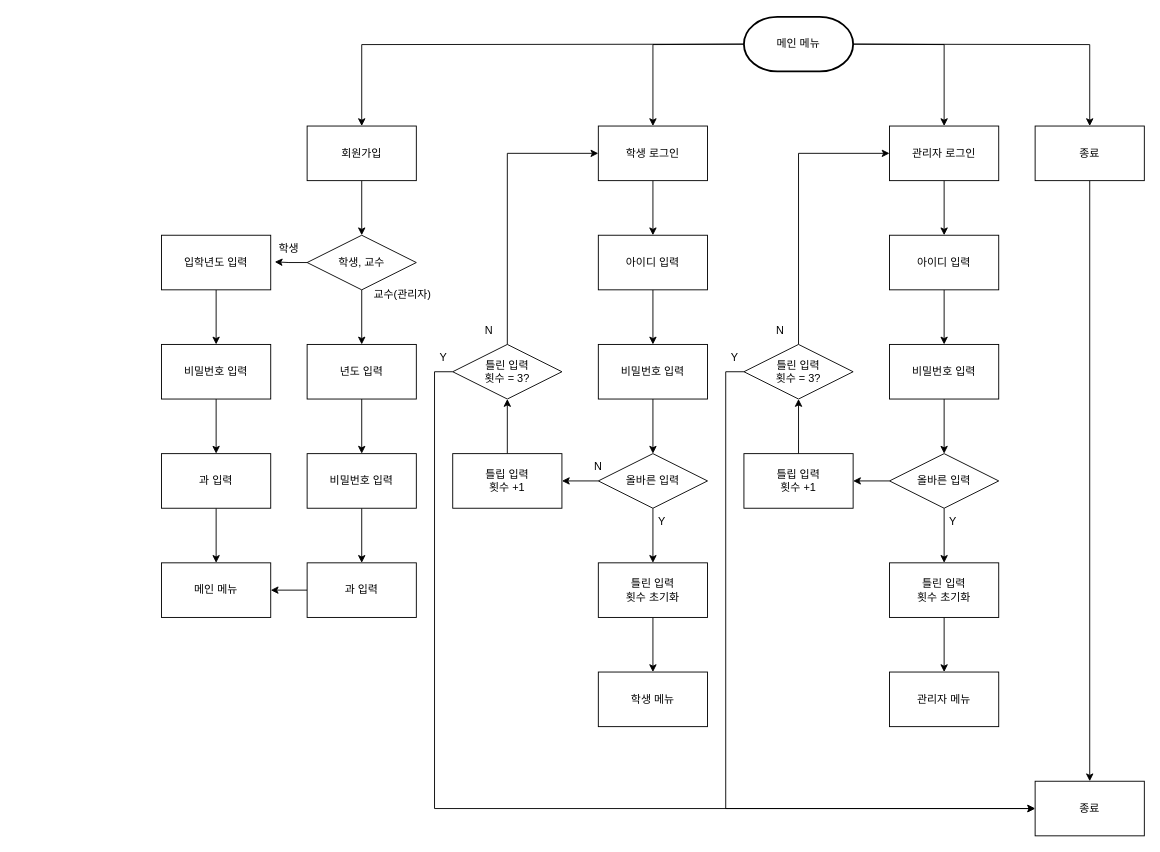
Before: Project/A course registration program/main_menu.drawio in ansejoon1117/Cpp, a draw.io diagram. Source tidied: cells renumbered, new cells numbered last; positions are measured from the earlier drawing's top-left corner, leaving out a move shared by most shapes. Both pictures are drawn from the tidied source at 91%, with x=0, y=0 at pixel (161, 16).
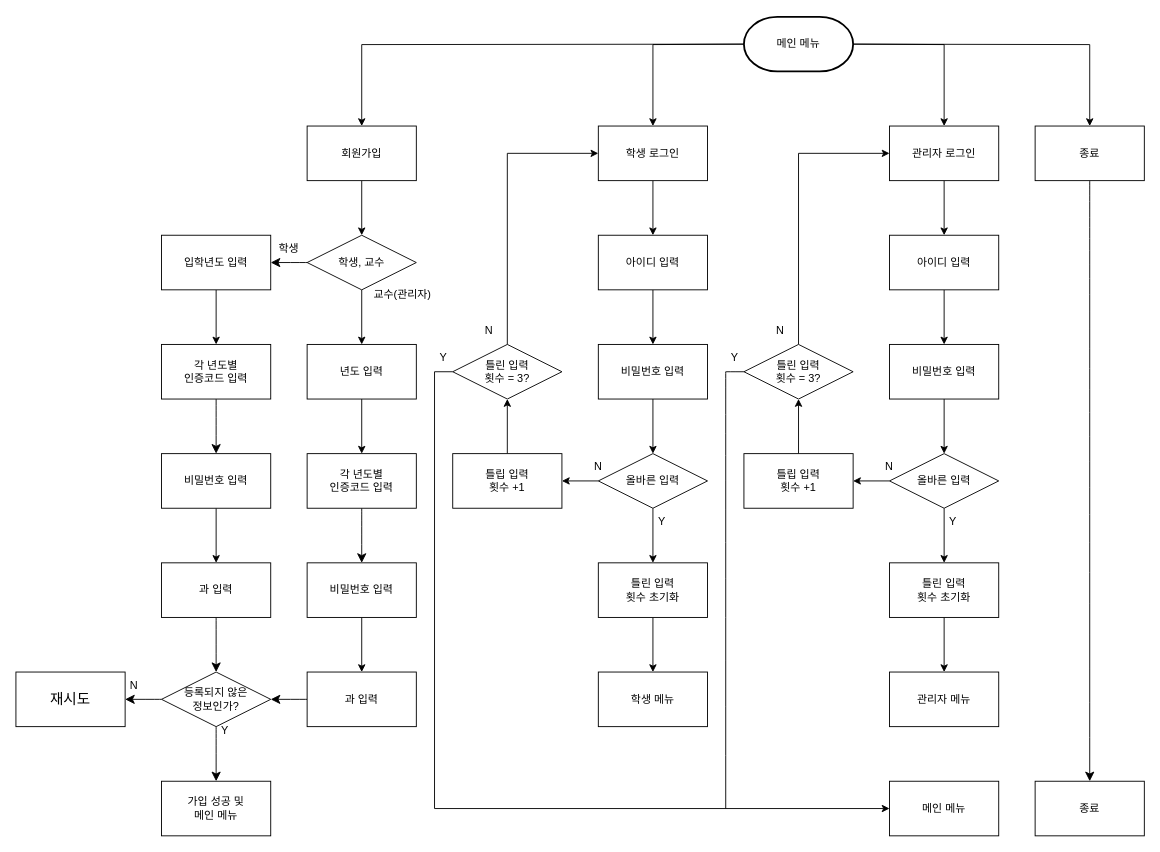
The same page after the edit.

The change refers to these unchanged cells:
```xml
<mxCell id="11" value="종료" style="rounded=0;whiteSpace=wrap;html=1;" parent="1" vertex="1">
  <mxGeometry x="960" y="120" width="120" height="60" as="geometry" />
</mxCell>
<mxCell id="18" value="틀린 입력&lt;br style=&quot;border-color: var(--border-color);&quot;&gt;횟수 = 3?" style="rhombus;whiteSpace=wrap;html=1;" parent="1" vertex="1">
  <mxGeometry x="640" y="360" width="120" height="60" as="geometry" />
</mxCell>
<mxCell id="53" value="학생, 교수" style="rhombus;whiteSpace=wrap;html=1;" parent="1" vertex="1">
  <mxGeometry x="160" y="240" width="120" height="60" as="geometry" />
</mxCell>
<mxCell id="55" value="입학년도 입력" style="rounded=0;whiteSpace=wrap;html=1;" parent="1" vertex="1">
  <mxGeometry y="240" width="120" height="60" as="geometry" />
</mxCell>
<mxCell id="57" value="년도 입력" style="rounded=0;whiteSpace=wrap;html=1;" parent="1" vertex="1">
  <mxGeometry x="160" y="360" width="120" height="60" as="geometry" />
</mxCell>
```

What changed in the source:
```diff
@@
-    <mxCell id="10" style="edgeStyle=orthogonalEdgeStyle;rounded=0;jettySize=auto;html=1;entryX=0.5;entryY=0;entryDx=0;entryDy=0;" parent="1" edge="1" source="11" target="27">
-      <mxGeometry relative="1" as="geometry" />
-    </mxCell>
+    <mxCell id="71" style="edgeStyle=none;curved=1;rounded=0;jettySize=auto;html=1;entryX=0.5;entryY=0;entryDx=0;entryDy=0;fontSize=12;startSize=8;endSize=8;" parent="1" edge="1" source="11" target="74">
+      <mxGeometry relative="1" as="geometry" />
+    </mxCell>
@@
-    <mxCell id="17" style="edgeStyle=orthogonalEdgeStyle;rounded=0;jettySize=auto;html=1;" parent="1" edge="1" source="18">
-      <mxGeometry relative="1" as="geometry">
-        <mxPoint x="960" y="870" as="targetPoint" />
-        <Array as="points">
-          <mxPoint x="620" y="390" />
-          <mxPoint x="620" y="870" />
-        </Array>
-      </mxGeometry>
-    </mxCell>
@@
-    <mxCell id="27" value="종료" style="rounded=0;whiteSpace=wrap;html=1;" parent="1" vertex="1">
-      <mxGeometry x="960" y="840" width="120" height="60" as="geometry" />
-    </mxCell>
@@
+    <mxCell id="64" style="edgeStyle=none;curved=1;rounded=0;jettySize=auto;html=1;entryX=1;entryY=0.5;entryDx=0;entryDy=0;fontSize=12;startSize=8;endSize=8;" parent="1" edge="1" source="53" target="55">
+      <mxGeometry relative="1" as="geometry" />
+    </mxCell>
@@
-    <mxCell id="54" style="edgeStyle=orthogonalEdgeStyle;rounded=0;jettySize=auto;html=1;" parent="1" edge="1" source="55" target="63">
+    <mxCell id="54" style="edgeStyle=orthogonalEdgeStyle;rounded=0;jettySize=auto;html=1;entryX=0.5;entryY=0;entryDx=0;entryDy=0;" parent="1" edge="1" source="55" target="80">
       <mxGeometry relative="1" as="geometry" />
     </mxCell>
@@
-    <mxCell id="56" style="edgeStyle=orthogonalEdgeStyle;rounded=0;jettySize=auto;html=1;" parent="1" edge="1" source="57" target="59">
+    <mxCell id="56" style="edgeStyle=orthogonalEdgeStyle;rounded=0;jettySize=auto;html=1;entryX=0.5;entryY=0;entryDx=0;entryDy=0;" parent="1" edge="1" source="57" target="78">
       <mxGeometry relative="1" as="geometry" />
     </mxCell>
@@
     <mxCell id="59" value="비밀번호 입력" style="rounded=0;whiteSpace=wrap;html=1;" parent="1" vertex="1">
-      <mxGeometry x="160" y="480" width="120" height="60" as="geometry" />
+      <mxGeometry x="160" y="600" width="120" height="60" as="geometry" />
     </mxCell>
@@
     <mxCell id="63" value="비밀번호 입력" style="rounded=0;whiteSpace=wrap;html=1;" parent="1" vertex="1">
-      <mxGeometry y="360" width="120" height="60" as="geometry" />
+      <mxGeometry y="480" width="120" height="60" as="geometry" />
     </mxCell>
-    <mxCell id="64" style="edgeStyle=orthogonalEdgeStyle;rounded=0;jettySize=auto;html=1;entryX=1.037;entryY=0.488;entryDx=0;entryDy=0;entryPerimeter=0;" parent="1" edge="1" source="53" target="55">
-      <mxGeometry relative="1" as="geometry" />
-    </mxCell>
-    <mxCell id="65" style="edgeStyle=orthogonalEdgeStyle;rounded=0;jettySize=auto;html=1;" parent="1" edge="1" source="66" target="70">
-      <mxGeometry relative="1" as="geometry" />
-    </mxCell>
+    <mxCell id="72" style="edgeStyle=none;curved=1;rounded=0;jettySize=auto;html=1;fontSize=12;startSize=8;endSize=8;" parent="1" edge="1" source="66" target="83">
+      <mxGeometry relative="1" as="geometry" />
+    </mxCell>
     <mxCell id="66" value="과 입력" style="rounded=0;whiteSpace=wrap;html=1;" parent="1" vertex="1">
-      <mxGeometry y="480" width="120" height="60" as="geometry" />
+      <mxGeometry y="600" width="120" height="60" as="geometry" />
     </mxCell>
-    <mxCell id="67" style="edgeStyle=orthogonalEdgeStyle;rounded=0;jettySize=auto;html=1;" parent="1" edge="1" source="68" target="70">
-      <mxGeometry relative="1" as="geometry" />
-    </mxCell>
+    <mxCell id="73" style="edgeStyle=none;curved=1;rounded=0;jettySize=auto;html=1;fontSize=12;startSize=8;endSize=8;" parent="1" edge="1" source="68" target="83">
+      <mxGeometry relative="1" as="geometry" />
+    </mxCell>
     <mxCell id="68" value="과 입력" style="rounded=0;whiteSpace=wrap;html=1;" parent="1" vertex="1">
-      <mxGeometry x="160" y="600" width="120" height="60" as="geometry" />
+      <mxGeometry x="160" y="720" width="120" height="60" as="geometry" />
     </mxCell>
@@
-    <mxCell id="70" value="메인 메뉴" style="rounded=0;whiteSpace=wrap;html=1;" parent="1" vertex="1">
-      <mxGeometry y="600" width="120" height="60" as="geometry" />
+    <mxCell id="70" value="가입 성공 및&lt;br&gt;메인 메뉴" style="rounded=0;whiteSpace=wrap;html=1;" parent="1" vertex="1">
+      <mxGeometry y="840" width="120" height="60" as="geometry" />
     </mxCell>
+    <mxCell id="27" value="메인 메뉴" style="rounded=0;whiteSpace=wrap;html=1;" parent="1" vertex="1">
+      <mxGeometry x="800" y="840" width="120" height="60" as="geometry" />
+    </mxCell>
+    <mxCell id="74" value="종료" style="rounded=0;whiteSpace=wrap;html=1;" parent="1" vertex="1">
+      <mxGeometry x="960" y="840" width="120" height="60" as="geometry" />
+    </mxCell>
+    <mxCell id="75" style="endArrow=none;html=1;rounded=0;fontSize=12;startSize=8;endSize=8;curved=1;entryX=0;entryY=0.5;entryDx=0;entryDy=0;" parent="1" edge="1" target="18">
+      <mxGeometry relative="1" as="geometry">
+        <mxPoint x="620" y="390" as="sourcePoint" />
+      </mxGeometry>
+    </mxCell>
+    <mxCell id="76" style="endArrow=none;html=1;rounded=0;fontSize=12;startSize=8;endSize=8;curved=1;" parent="1" edge="1">
+      <mxGeometry relative="1" as="geometry">
+        <mxPoint x="620" y="390" as="sourcePoint" />
+        <mxPoint x="620" y="870" as="targetPoint" />
+      </mxGeometry>
+    </mxCell>
+    <mxCell id="77" style="edgeStyle=none;curved=1;rounded=0;jettySize=auto;html=1;fontSize=12;startSize=8;endSize=8;" parent="1" edge="1" source="78" target="59">
+      <mxGeometry relative="1" as="geometry" />
+    </mxCell>
+    <mxCell id="78" value="각 년도별&lt;br&gt;인증코드 입력" style="rounded=0;whiteSpace=wrap;html=1;" parent="1" vertex="1">
+      <mxGeometry x="160" y="480" width="120" height="60" as="geometry" />
+    </mxCell>
+    <mxCell id="79" style="edgeStyle=none;curved=1;rounded=0;jettySize=auto;html=1;fontSize=12;startSize=8;endSize=8;" parent="1" edge="1" source="80" target="63">
+      <mxGeometry relative="1" as="geometry" />
+    </mxCell>
+    <mxCell id="80" value="각 년도별&lt;br&gt;인증코드 입력" style="rounded=0;whiteSpace=wrap;html=1;" parent="1" vertex="1">
+      <mxGeometry y="360" width="120" height="60" as="geometry" />
+    </mxCell>
+    <mxCell id="81" style="edgeStyle=none;curved=1;rounded=0;jettySize=auto;html=1;fontSize=12;startSize=8;endSize=8;" parent="1" edge="1" source="83" target="70">
+      <mxGeometry relative="1" as="geometry" />
+    </mxCell>
+    <mxCell id="82" style="edgeStyle=none;curved=1;rounded=0;jettySize=auto;html=1;fontSize=12;startSize=8;endSize=8;" parent="1" edge="1" source="83" target="84">
+      <mxGeometry relative="1" as="geometry" />
+    </mxCell>
+    <mxCell id="83" value="등록되지 않은&lt;br&gt;정보인가?" style="rhombus;whiteSpace=wrap;html=1;" parent="1" vertex="1">
+      <mxGeometry y="720" width="120" height="60" as="geometry" />
+    </mxCell>
+    <mxCell id="84" value="재시도" style="rounded=0;whiteSpace=wrap;html=1;fontSize=16;" parent="1" vertex="1">
+      <mxGeometry x="-160" y="720" width="120" height="60" as="geometry" />
+    </mxCell>
+    <mxCell id="85" value="Y" style="text;html=1;strokeColor=none;fillColor=none;align=center;verticalAlign=middle;whiteSpace=wrap;rounded=0;" parent="1" vertex="1">
+      <mxGeometry x="40" y="770" width="60" height="30" as="geometry" />
+    </mxCell>
+    <mxCell id="86" value="N" style="text;html=1;strokeColor=none;fillColor=none;align=center;verticalAlign=middle;whiteSpace=wrap;rounded=0;" parent="1" vertex="1">
+      <mxGeometry x="-60" y="720" width="60" height="30" as="geometry" />
+    </mxCell>
+    <mxCell id="87" value="N" style="text;html=1;strokeColor=none;fillColor=none;align=center;verticalAlign=middle;whiteSpace=wrap;rounded=0;" parent="1" vertex="1">
+      <mxGeometry x="770" y="480" width="60" height="30" as="geometry" />
+    </mxCell>
```
